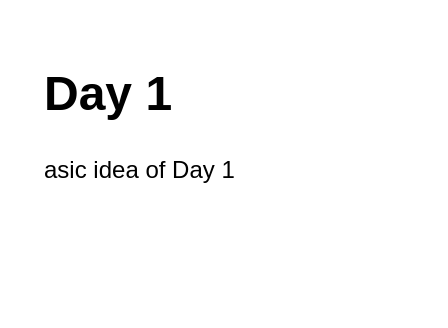
Before: Untitled Diagram.drawio in Thediamondcryst/daring_academy, a draw.io diagram. Source tidied: cells renumbered, new cells numbered last; positions are measured from the earlier drawing's top-left corner, leaving out a move shared by most shapes. Both pictures are drawn from the tidied source at 200%, with x=0, y=0 at pixel (34, 54).
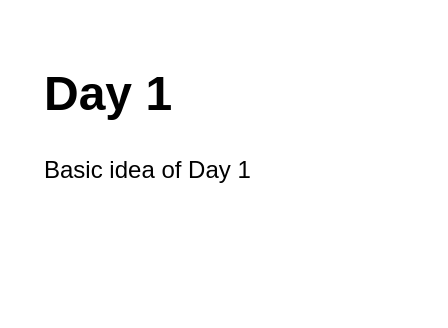
After the change.

Change to the diagram source:
```diff
@@
 <mxGraphModel>
   <root>
     <mxCell id="0" />
     <mxCell id="1" parent="0" />
-    <mxCell id="2" value="&lt;h1&gt;Day 1&lt;/h1&gt;&lt;p&gt;asic idea of Day 1&lt;/p&gt;&lt;p&gt;&lt;br&gt;&lt;/p&gt;" style="text;html=1;strokeColor=none;fillColor=none;spacing=5;spacingTop=-20;whiteSpace=wrap;overflow=hidden;rounded=0;" parent="1" vertex="1">
+    <mxCell id="2" value="&lt;h1&gt;Day 1&lt;/h1&gt;&lt;p&gt;Basic idea of Day 1&lt;/p&gt;&lt;p&gt;&lt;br&gt;&lt;/p&gt;" style="text;html=1;strokeColor=none;fillColor=none;spacing=5;spacingTop=-20;whiteSpace=wrap;overflow=hidden;rounded=0;" parent="1" vertex="1">
       <mxGeometry width="190" height="120" as="geometry" />
     </mxCell>
   </root>
 </mxGraphModel>
```
